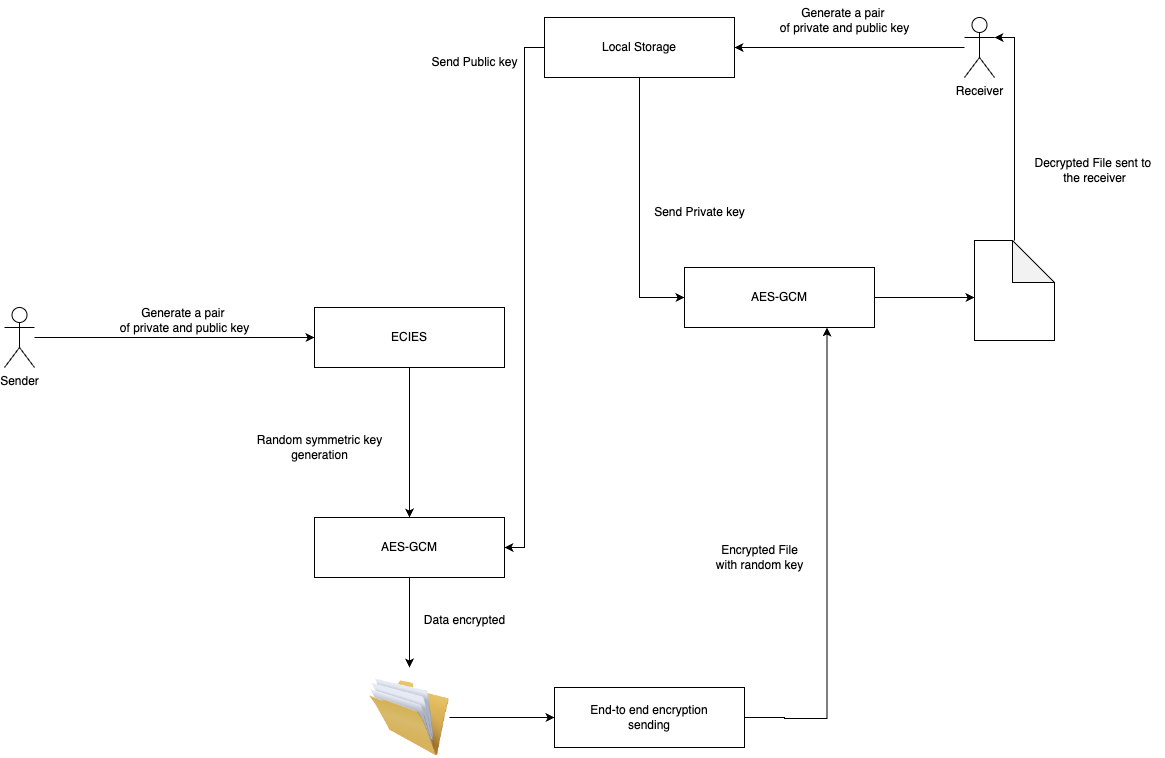
antirex/blogsite keeps this draw.io diagram as Hybrid encryption algo.drawio.png. Above is the earlier version. Source tidied: cells renumbered, new cells last; positions are measured from the earlier drawing's top-left corner, leaving out a move shared by most shapes.
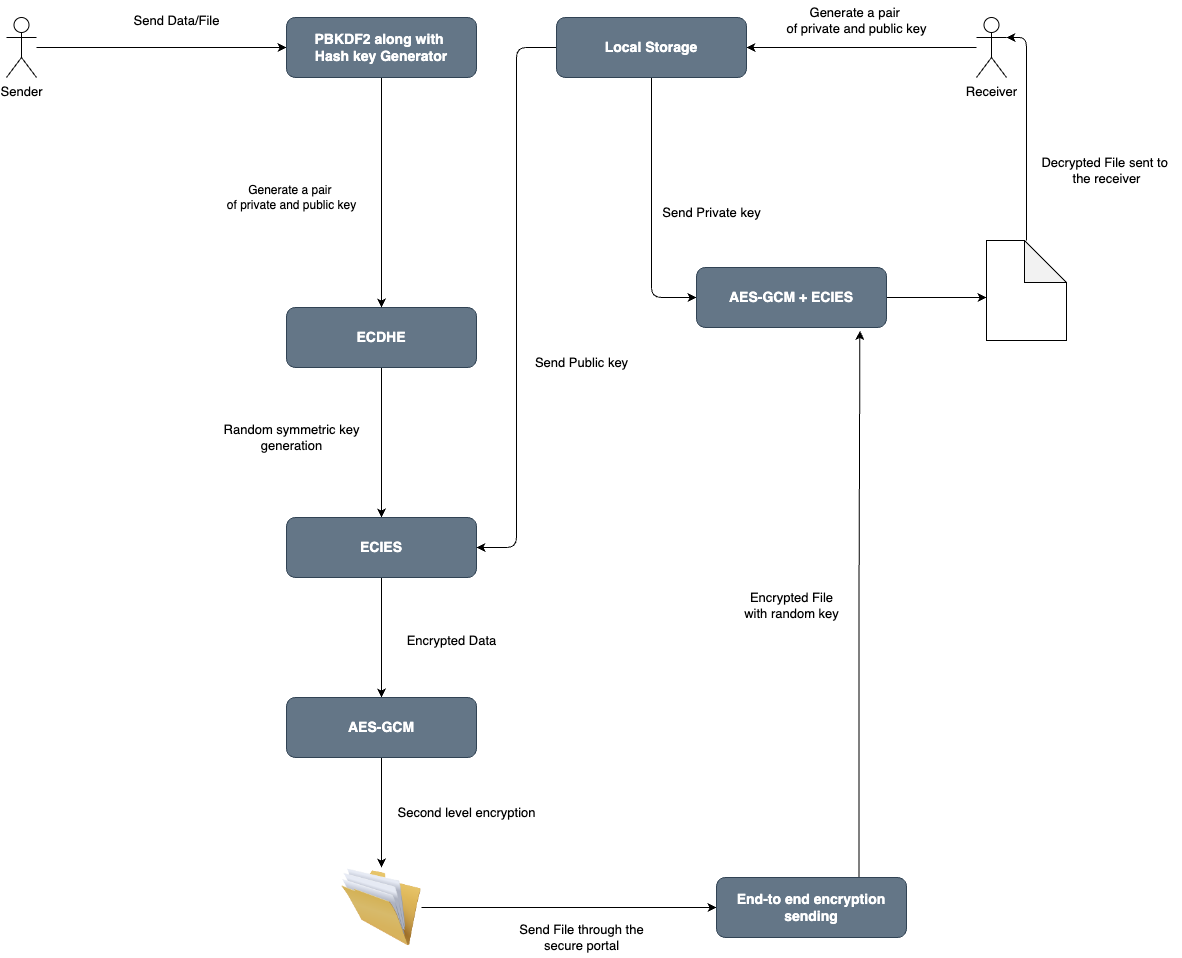
The same file after the commit.

Diff of the diagram source:
```diff
@@ -2,97 +2,111 @@
   <root>
     <mxCell id="0" />
     <mxCell id="1" parent="0" />
-    <mxCell id="2" style="edgeStyle=orthogonalEdgeStyle;rounded=0;jettySize=auto;html=1;entryX=0;entryY=0.5;entryDx=0;entryDy=0;" parent="1" edge="1" source="3" target="7">
-      <mxGeometry relative="1" as="geometry" />
-    </mxCell>
+    <mxCell id="29" style="edgeStyle=orthogonalEdgeStyle;rounded=1;jettySize=auto;html=1;entryX=0;entryY=0.5;entryDx=0;entryDy=0;" parent="1" edge="1" source="3" target="34">
+      <mxGeometry relative="1" as="geometry" />
+    </mxCell>
-    <mxCell id="3" value="Sender&lt;br&gt;" style="shape=umlActor;verticalLabelPosition=bottom;verticalAlign=top;html=1;outlineConnect=0;" parent="1" vertex="1">
-      <mxGeometry y="307" width="30" height="60" as="geometry" />
+    <mxCell id="3" value="&lt;font style=&quot;font-size: 13px;&quot;&gt;Sender&lt;/font&gt;" style="shape=umlActor;verticalLabelPosition=bottom;verticalAlign=top;html=1;outlineConnect=0;rounded=1;" parent="1" vertex="1">
+      <mxGeometry x="-10" y="17" width="30" height="60" as="geometry" />
     </mxCell>
-    <mxCell id="4" style="edgeStyle=orthogonalEdgeStyle;rounded=0;jettySize=auto;html=1;" parent="1" edge="1" source="5">
+    <mxCell id="4" style="edgeStyle=orthogonalEdgeStyle;rounded=1;jettySize=auto;html=1;" parent="1" edge="1" source="5">
       <mxGeometry relative="1" as="geometry">
         <mxPoint x="730" y="47" as="targetPoint" />
       </mxGeometry>
     </mxCell>
-    <mxCell id="5" value="Receiver&lt;br&gt;" style="shape=umlActor;verticalLabelPosition=bottom;verticalAlign=top;html=1;outlineConnect=0;" parent="1" vertex="1">
+    <mxCell id="5" value="&lt;font style=&quot;font-size: 13px;&quot;&gt;Receiver&lt;/font&gt;" style="shape=umlActor;verticalLabelPosition=bottom;verticalAlign=top;html=1;outlineConnect=0;rounded=1;" parent="1" vertex="1">
       <mxGeometry x="960" y="17" width="30" height="60" as="geometry" />
     </mxCell>
-    <mxCell id="6" style="edgeStyle=orthogonalEdgeStyle;rounded=0;jettySize=auto;html=1;entryX=0.5;entryY=0;entryDx=0;entryDy=0;" parent="1" edge="1" source="7" target="10">
+    <mxCell id="6" style="edgeStyle=orthogonalEdgeStyle;rounded=1;jettySize=auto;html=1;entryX=0.5;entryY=0;entryDx=0;entryDy=0;" parent="1" edge="1" source="7" target="10">
       <mxGeometry relative="1" as="geometry" />
     </mxCell>
-    <mxCell id="7" value="ECIES" style="rounded=0;whiteSpace=wrap;html=1;" parent="1" vertex="1">
-      <mxGeometry x="310" y="307" width="190" height="60" as="geometry" />
+    <mxCell id="7" value="ECDHE" style="rounded=1;whiteSpace=wrap;html=1;fillColor=#647687;fontColor=#ffffff;strokeColor=#314354;fontStyle=1;fontSize=14;" parent="1" vertex="1">
+      <mxGeometry x="270" y="307" width="190" height="60" as="geometry" />
     </mxCell>
-    <mxCell id="8" value="Generate a pair&amp;nbsp;&lt;br style=&quot;&quot;&gt;&lt;span style=&quot;&quot;&gt;of private and public key&lt;/span&gt;" style="text;html=1;align=center;verticalAlign=middle;strokeColor=none;fillColor=none;" parent="1" vertex="1">
-      <mxGeometry x="105" y="300" width="150" height="40" as="geometry" />
+    <mxCell id="8" value="Generate a pair&amp;nbsp;&lt;br style=&quot;&quot;&gt;&lt;span style=&quot;&quot;&gt;of private and public key&lt;/span&gt;" style="text;html=1;align=center;verticalAlign=middle;strokeColor=none;fillColor=none;rounded=1;" parent="1" vertex="1">
+      <mxGeometry x="200" y="177" width="150" height="40" as="geometry" />
     </mxCell>
-    <mxCell id="9" style="edgeStyle=orthogonalEdgeStyle;rounded=0;jettySize=auto;html=1;" parent="1" edge="1" source="10">
-      <mxGeometry relative="1" as="geometry">
-        <mxPoint x="405" y="667" as="targetPoint" />
-      </mxGeometry>
+    <mxCell id="9" style="edgeStyle=orthogonalEdgeStyle;rounded=1;jettySize=auto;html=1;entryX=0.5;entryY=0;entryDx=0;entryDy=0;" parent="1" edge="1" source="10" target="31">
+      <mxGeometry relative="1" as="geometry" />
     </mxCell>
-    <mxCell id="10" value="AES-GCM" style="rounded=0;whiteSpace=wrap;html=1;" parent="1" vertex="1">
-      <mxGeometry x="310" y="517" width="190" height="60" as="geometry" />
+    <mxCell id="10" value="ECIES" style="rounded=1;whiteSpace=wrap;html=1;fillColor=#647687;fontColor=#ffffff;strokeColor=#314354;fontStyle=1;fontSize=14;" parent="1" vertex="1">
+      <mxGeometry x="270" y="517" width="190" height="60" as="geometry" />
     </mxCell>
-    <mxCell id="11" value="Random symmetric key&lt;br&gt;generation" style="text;html=1;align=center;verticalAlign=middle;strokeColor=none;fillColor=none;" parent="1" vertex="1">
-      <mxGeometry x="240" y="427" width="150" height="40" as="geometry" />
+    <mxCell id="11" value="Random symmetric key&lt;br style=&quot;font-size: 13px;&quot;&gt;generation" style="text;html=1;align=center;verticalAlign=middle;strokeColor=none;fillColor=none;rounded=1;fontSize=13;" parent="1" vertex="1">
+      <mxGeometry x="195" y="417" width="160" height="40" as="geometry" />
     </mxCell>
-    <mxCell id="12" style="edgeStyle=orthogonalEdgeStyle;rounded=0;jettySize=auto;html=1;entryX=1;entryY=0.5;entryDx=0;entryDy=0;" parent="1" edge="1" source="14" target="10">
+    <mxCell id="12" style="edgeStyle=orthogonalEdgeStyle;rounded=1;jettySize=auto;html=1;entryX=1;entryY=0.5;entryDx=0;entryDy=0;" parent="1" edge="1" source="14" target="10">
       <mxGeometry relative="1" as="geometry" />
     </mxCell>
-    <mxCell id="13" style="edgeStyle=orthogonalEdgeStyle;rounded=0;jettySize=auto;html=1;entryX=0;entryY=0.5;entryDx=0;entryDy=0;" parent="1" edge="1" source="14" target="23">
+    <mxCell id="13" style="edgeStyle=orthogonalEdgeStyle;rounded=1;jettySize=auto;html=1;entryX=0;entryY=0.5;entryDx=0;entryDy=0;" parent="1" edge="1" source="14" target="23">
       <mxGeometry relative="1" as="geometry" />
     </mxCell>
-    <mxCell id="14" value="Local Storage" style="rounded=0;whiteSpace=wrap;html=1;" parent="1" vertex="1">
+    <mxCell id="14" value="Local Storage" style="rounded=1;whiteSpace=wrap;html=1;fillColor=#647687;fontColor=#ffffff;strokeColor=#314354;fontStyle=1;fontSize=14;" parent="1" vertex="1">
       <mxGeometry x="540" y="17" width="190" height="60" as="geometry" />
     </mxCell>
-    <mxCell id="15" value="Generate a pair&amp;nbsp;&lt;br&gt;of private and public key" style="text;html=1;align=center;verticalAlign=middle;strokeColor=none;fillColor=none;" parent="1" vertex="1">
-      <mxGeometry x="765" width="150" height="40" as="geometry" />
+    <mxCell id="15" value="Generate a pair&amp;nbsp;&lt;br style=&quot;font-size: 13px;&quot;&gt;of private and public key" style="text;html=1;align=center;verticalAlign=middle;strokeColor=none;fillColor=none;rounded=1;fontSize=13;" parent="1" vertex="1">
+      <mxGeometry x="760" width="160" height="40" as="geometry" />
     </mxCell>
-    <mxCell id="16" value="Send Public key" style="text;html=1;align=center;verticalAlign=middle;strokeColor=none;fillColor=none;" parent="1" vertex="1">
-      <mxGeometry x="415" y="47" width="110" height="30" as="geometry" />
+    <mxCell id="16" value="Send Public key" style="text;html=1;align=center;verticalAlign=middle;strokeColor=none;fillColor=none;rounded=1;fontSize=13;" parent="1" vertex="1">
+      <mxGeometry x="505" y="347" width="120" height="30" as="geometry" />
     </mxCell>
-    <mxCell id="17" value="Data encrypted" style="text;html=1;align=center;verticalAlign=middle;strokeColor=none;fillColor=none;" parent="1" vertex="1">
-      <mxGeometry x="410" y="605" width="100" height="30" as="geometry" />
+    <mxCell id="17" value="Second level encryption" style="text;html=1;align=center;verticalAlign=middle;strokeColor=none;fillColor=none;rounded=1;fontSize=13;" parent="1" vertex="1">
+      <mxGeometry x="370" y="797" width="160" height="30" as="geometry" />
     </mxCell>
-    <mxCell id="18" style="edgeStyle=orthogonalEdgeStyle;rounded=0;jettySize=auto;html=1;entryX=0;entryY=0.5;entryDx=0;entryDy=0;" parent="1" edge="1" source="19" target="21">
+    <mxCell id="18" style="edgeStyle=orthogonalEdgeStyle;rounded=1;jettySize=auto;html=1;entryX=0;entryY=0.5;entryDx=0;entryDy=0;" parent="1" edge="1" source="19" target="21">
       <mxGeometry relative="1" as="geometry" />
     </mxCell>
-    <mxCell id="19" style="image;html=1;image=img/lib/clip_art/general/Full_Folder_128x128.png;" parent="1" vertex="1">
-      <mxGeometry x="365" y="677" width="80" height="80" as="geometry" />
+    <mxCell id="19" style="image;html=1;image=img/lib/clip_art/general/Full_Folder_128x128.png;rounded=1;" parent="1" vertex="1">
+      <mxGeometry x="325" y="867" width="80" height="80" as="geometry" />
     </mxCell>
-    <mxCell id="20" style="edgeStyle=orthogonalEdgeStyle;rounded=0;jettySize=auto;html=1;entryX=0.75;entryY=1;entryDx=0;entryDy=0;" parent="1" edge="1" source="21" target="23">
-      <mxGeometry relative="1" as="geometry">
-        <Array as="points">
-          <mxPoint x="780" y="717" />
-          <mxPoint x="823" y="718" />
-        </Array>
-      </mxGeometry>
+    <mxCell id="20" style="edgeStyle=orthogonalEdgeStyle;rounded=1;jettySize=auto;html=1;exitX=0.75;exitY=0;exitDx=0;exitDy=0;entryX=0.86;entryY=1.056;entryDx=0;entryDy=0;entryPerimeter=0;" parent="1" edge="1" source="21" target="23">
+      <mxGeometry relative="1" as="geometry" />
     </mxCell>
-    <mxCell id="21" value="End-to end encryption&lt;br&gt;sending" style="rounded=0;whiteSpace=wrap;html=1;" parent="1" vertex="1">
-      <mxGeometry x="550" y="687" width="190" height="60" as="geometry" />
+    <mxCell id="21" value="End-to end encryption&lt;br style=&quot;font-size: 14px;&quot;&gt;sending" style="rounded=1;whiteSpace=wrap;html=1;fillColor=#647687;fontColor=#ffffff;strokeColor=#314354;fontStyle=1;fontSize=14;" parent="1" vertex="1">
+      <mxGeometry x="700" y="877" width="190" height="60" as="geometry" />
     </mxCell>
-    <mxCell id="22" style="edgeStyle=orthogonalEdgeStyle;rounded=0;jettySize=auto;html=1;" parent="1" edge="1" source="23">
+    <mxCell id="22" style="edgeStyle=orthogonalEdgeStyle;rounded=1;jettySize=auto;html=1;" parent="1" edge="1" source="23">
       <mxGeometry relative="1" as="geometry">
         <mxPoint x="970" y="297" as="targetPoint" />
       </mxGeometry>
     </mxCell>
-    <mxCell id="23" value="AES-GCM" style="rounded=0;whiteSpace=wrap;html=1;" parent="1" vertex="1">
+    <mxCell id="23" value="AES-GCM + ECIES" style="rounded=1;whiteSpace=wrap;html=1;fillColor=#647687;fontColor=#ffffff;strokeColor=#314354;fontStyle=1;fontSize=14;" parent="1" vertex="1">
       <mxGeometry x="680" y="267" width="190" height="60" as="geometry" />
     </mxCell>
-    <mxCell id="24" value="Send Private key" style="text;html=1;align=center;verticalAlign=middle;strokeColor=none;fillColor=none;" parent="1" vertex="1">
-      <mxGeometry x="640" y="197" width="110" height="30" as="geometry" />
+    <mxCell id="24" value="Send Private key" style="text;html=1;align=center;verticalAlign=middle;strokeColor=none;fillColor=none;rounded=1;fontSize=13;" parent="1" vertex="1">
+      <mxGeometry x="635" y="197" width="120" height="30" as="geometry" />
     </mxCell>
-    <mxCell id="25" value="Encrypted File&lt;br&gt;with&amp;nbsp;random key" style="text;html=1;align=center;verticalAlign=middle;strokeColor=none;fillColor=none;" parent="1" vertex="1">
-      <mxGeometry x="700" y="537" width="110" height="40" as="geometry" />
+    <mxCell id="25" value="Encrypted File&lt;br style=&quot;font-size: 13px;&quot;&gt;with&amp;nbsp;random key" style="text;html=1;align=center;verticalAlign=middle;strokeColor=none;fillColor=none;rounded=1;spacing=2;fontSize=13;" parent="1" vertex="1">
+      <mxGeometry x="715" y="585" width="120" height="40" as="geometry" />
     </mxCell>
-    <mxCell id="26" style="edgeStyle=orthogonalEdgeStyle;rounded=0;jettySize=auto;html=1;entryX=1;entryY=0.3333333333333333;entryDx=0;entryDy=0;entryPerimeter=0;" parent="1" edge="1" source="27" target="5">
+    <mxCell id="26" style="edgeStyle=orthogonalEdgeStyle;rounded=1;jettySize=auto;html=1;entryX=1;entryY=0.3333333333333333;entryDx=0;entryDy=0;entryPerimeter=0;" parent="1" edge="1" source="27" target="5">
       <mxGeometry relative="1" as="geometry" />
     </mxCell>
-    <mxCell id="27" style="shape=note;whiteSpace=wrap;html=1;backgroundOutline=1;darkOpacity=0.05;size=42;" parent="1" vertex="1">
+    <mxCell id="27" style="shape=note;whiteSpace=wrap;html=1;backgroundOutline=1;darkOpacity=0.05;size=42;rounded=1;" parent="1" vertex="1">
       <mxGeometry x="970" y="240" width="80" height="100" as="geometry" />
     </mxCell>
-    <mxCell id="28" value="Decrypted File sent to&amp;nbsp;&lt;br&gt;the receiver" style="text;html=1;align=center;verticalAlign=middle;strokeColor=none;fillColor=none;" parent="1" vertex="1">
-      <mxGeometry x="1020" y="150" width="140" height="40" as="geometry" />
+    <mxCell id="28" value="Decrypted File sent to&amp;nbsp;&lt;br style=&quot;font-size: 13px;&quot;&gt;the receiver" style="text;html=1;align=center;verticalAlign=middle;strokeColor=none;fillColor=none;rounded=1;fontSize=13;" parent="1" vertex="1">
+      <mxGeometry x="1015" y="150" width="150" height="40" as="geometry" />
     </mxCell>
+    <mxCell id="30" style="edgeStyle=orthogonalEdgeStyle;rounded=1;jettySize=auto;html=1;entryX=0.5;entryY=0;entryDx=0;entryDy=0;" parent="1" edge="1" source="31" target="19">
+      <mxGeometry relative="1" as="geometry" />
+    </mxCell>
+    <mxCell id="31" value="AES-GCM" style="rounded=1;whiteSpace=wrap;html=1;fillColor=#647687;fontColor=#ffffff;strokeColor=#314354;fontStyle=1;fontSize=14;" parent="1" vertex="1">
+      <mxGeometry x="270" y="697" width="190" height="60" as="geometry" />
+    </mxCell>
+    <mxCell id="32" value="Encrypted Data" style="text;html=1;align=center;verticalAlign=middle;strokeColor=none;fillColor=none;rounded=1;fontSize=13;" parent="1" vertex="1">
+      <mxGeometry x="380" y="625" width="110" height="30" as="geometry" />
+    </mxCell>
+    <mxCell id="33" style="edgeStyle=orthogonalEdgeStyle;rounded=1;jettySize=auto;html=1;entryX=0.5;entryY=0;entryDx=0;entryDy=0;" parent="1" edge="1" source="34" target="7">
+      <mxGeometry relative="1" as="geometry" />
+    </mxCell>
+    <mxCell id="34" value="PBKDF2 along with&amp;nbsp;&lt;br style=&quot;font-size: 14px;&quot;&gt;Hash key Generator" style="rounded=1;whiteSpace=wrap;html=1;fillColor=#647687;strokeColor=#314354;fontColor=#ffffff;fontStyle=1;fontSize=14;" parent="1" vertex="1">
+      <mxGeometry x="270" y="17" width="190" height="60" as="geometry" />
+    </mxCell>
+    <mxCell id="35" value="Send Data/File" style="text;html=1;align=center;verticalAlign=middle;strokeColor=none;fillColor=none;rounded=1;fontSize=13;" parent="1" vertex="1">
+      <mxGeometry x="105" y="5" width="110" height="30" as="geometry" />
+    </mxCell>
+    <mxCell id="36" value="Send File through the&lt;br style=&quot;font-size: 13px;&quot;&gt;secure portal" style="text;html=1;align=center;verticalAlign=middle;strokeColor=none;fillColor=none;fontSize=13;" parent="1" vertex="1">
+      <mxGeometry x="490" y="917" width="150" height="40" as="geometry" />
+    </mxCell>
   </root>
 </mxGraphModel>
```
